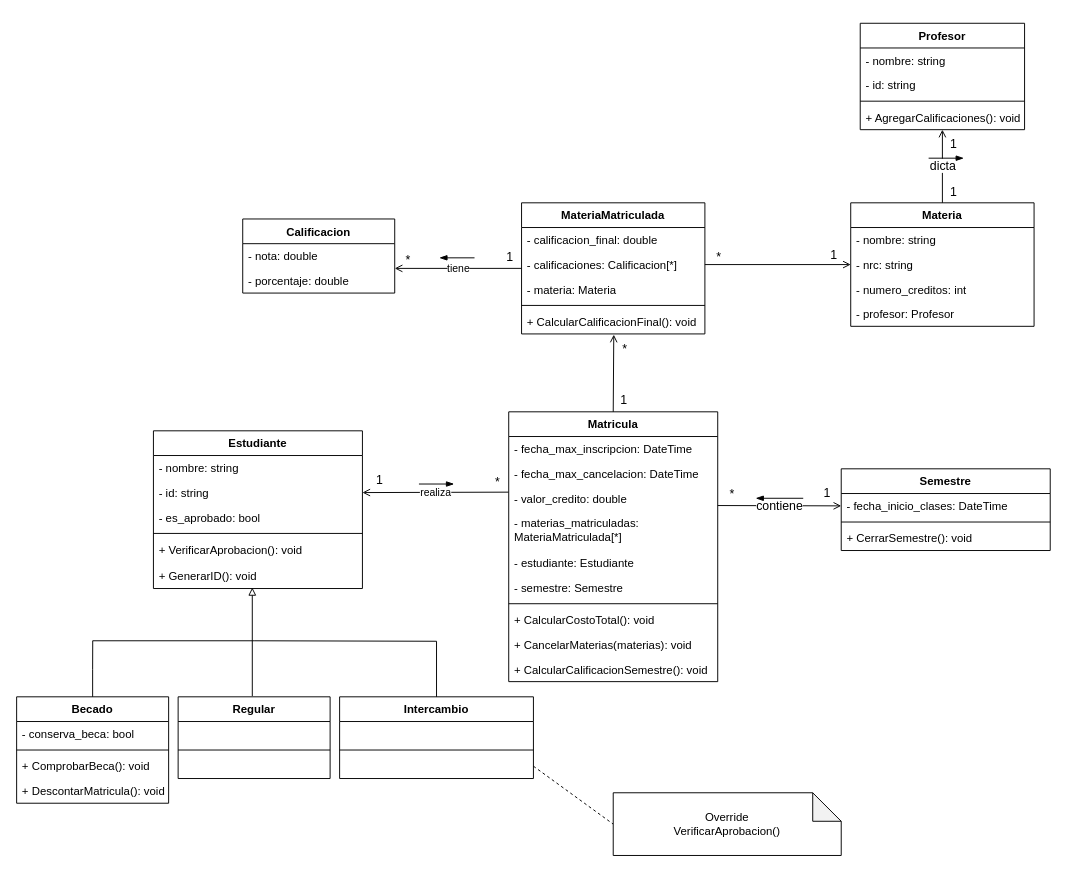
Before: Diagrama UML v2.0.drawio in samuelperezh/sistema-universitario-poo, a draw.io diagram. Source tidied: cells renumbered, new cells numbered last; positions are measured from the earlier drawing's top-left corner, leaving out a move shared by most shapes. Both pictures are drawn from the tidied source at 95%, with x=0, y=0 at pixel (16, 23).
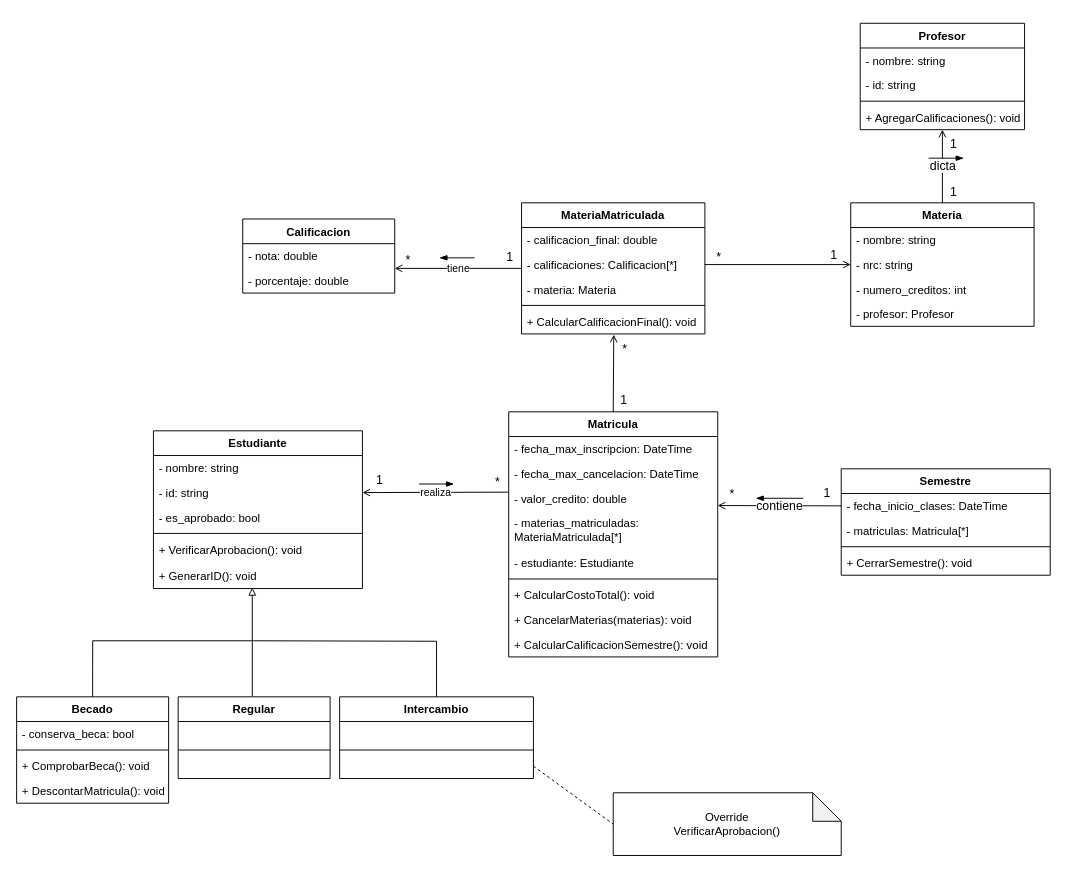
The same diagram, later.

Unchanged cells that the change refers to:
```xml
<mxCell id="3" value="- fecha_inicio_clases: DateTime" style="text;strokeColor=none;fillColor=none;align=left;verticalAlign=top;spacingLeft=4;spacingRight=4;overflow=hidden;points=[[0,0.5],[1,0.5]];portConstraint=eastwest;" parent="2" vertex="1">
  <mxGeometry y="26" width="220" height="26" as="geometry" />
</mxCell>
<mxCell id="15" value="- valor_credito: double" style="text;strokeColor=none;fillColor=none;align=left;verticalAlign=top;spacingLeft=4;spacingRight=4;overflow=hidden;points=[[0,0.5],[1,0.5]];portConstraint=eastwest;" parent="12" vertex="1">
  <mxGeometry y="78" width="220" height="26" as="geometry" />
</mxCell>
```

What changed in the source:
```diff
@@
     <mxCell id="2" value="Semestre" style="swimlane;fontStyle=1;align=center;verticalAlign=top;horizontal=1;startSize=26;fillColor=none;" parent="1" vertex="1">
-      <mxGeometry x="868" y="469" width="220" height="86" as="geometry" />
+      <mxGeometry x="868" y="469" width="220" height="112" as="geometry" />
     </mxCell>
@@
+    <mxCell id="18" value="- matriculas: Matricula[*]" style="text;strokeColor=none;fillColor=none;align=left;verticalAlign=top;spacingLeft=4;spacingRight=4;overflow=hidden;" parent="2" vertex="1">
+      <mxGeometry y="52" width="220" height="26" as="geometry" />
+    </mxCell>
     <mxCell id="4" style="line;strokeWidth=1;fillColor=none;align=left;verticalAlign=middle;spacingTop=-1;spacingLeft=3;spacingRight=3;labelPosition=right;" parent="2" vertex="1">
-      <mxGeometry y="52" width="220" height="8" as="geometry" />
+      <mxGeometry y="78" width="220" height="8" as="geometry" />
     </mxCell>
     <mxCell id="5" value="+ CerrarSemestre(): void" style="text;strokeColor=none;fillColor=none;align=left;verticalAlign=top;spacingLeft=4;spacingRight=4;overflow=hidden;" parent="2" vertex="1">
-      <mxGeometry y="60" width="220" height="26" as="geometry" />
+      <mxGeometry y="86" width="220" height="26" as="geometry" />
     </mxCell>
@@
     <mxCell id="12" value="Matricula" style="swimlane;fontStyle=1;align=center;verticalAlign=top;horizontal=1;startSize=26;fillColor=none;" parent="1" vertex="1">
-      <mxGeometry x="518" y="409" width="220" height="284" as="geometry" />
+      <mxGeometry x="518" y="409" width="220" height="258" as="geometry" />
     </mxCell>
@@
-    <mxCell id="18" value="- semestre: Semestre" style="text;strokeColor=none;fillColor=none;align=left;verticalAlign=top;spacingLeft=4;spacingRight=4;overflow=hidden;" parent="12" vertex="1">
-      <mxGeometry y="172" width="220" height="26" as="geometry" />
-    </mxCell>
     <mxCell id="19" style="line;strokeWidth=1;fillColor=none;align=left;verticalAlign=middle;spacingTop=-1;spacingLeft=3;spacingRight=3;labelPosition=right;" parent="12" vertex="1">
-      <mxGeometry y="198" width="220" height="8" as="geometry" />
+      <mxGeometry y="172" width="220" height="8" as="geometry" />
     </mxCell>
     <mxCell id="20" value="+ CalcularCostoTotal(): void" style="text;strokeColor=none;fillColor=none;align=left;verticalAlign=top;spacingLeft=4;spacingRight=4;overflow=hidden;" parent="12" vertex="1">
-      <mxGeometry y="206" width="220" height="26" as="geometry" />
+      <mxGeometry y="180" width="220" height="26" as="geometry" />
     </mxCell>
     <mxCell id="21" value="+ CancelarMaterias(materias): void" style="text;strokeColor=none;fillColor=none;align=left;verticalAlign=top;spacingLeft=4;spacingRight=4;overflow=hidden;" parent="12" vertex="1">
-      <mxGeometry y="232" width="220" height="26" as="geometry" />
+      <mxGeometry y="206" width="220" height="26" as="geometry" />
     </mxCell>
     <mxCell id="22" value="+ CalcularCalificacionSemestre(): void" style="text;strokeColor=none;fillColor=none;align=left;verticalAlign=top;spacingLeft=4;spacingRight=4;overflow=hidden;" parent="12" vertex="1">
-      <mxGeometry y="258" width="220" height="26" as="geometry" />
+      <mxGeometry y="232" width="220" height="26" as="geometry" />
     </mxCell>
@@
-    <mxCell id="81" value="contiene" style="edgeStyle=none;rounded=0;jettySize=auto;html=1;exitX=1;exitY=0.794;exitDx=0;exitDy=0;fontSize=13;endArrow=open;endFill=0;exitPerimeter=0;entryX=0;entryY=0.5;entryDx=0;entryDy=0;" parent="1" edge="1" source="15" target="3">
+    <mxCell id="81" value="contiene" style="edgeStyle=none;rounded=0;jettySize=auto;html=1;exitX=1;exitY=0.794;exitDx=0;exitDy=0;fontSize=13;endArrow=none;endFill=0;exitPerimeter=0;entryX=0;entryY=0.5;entryDx=0;entryDy=0;startArrow=open;startFill=0;" parent="1" edge="1" source="15" target="3">
       <mxGeometry relative="1" as="geometry" />
     </mxCell>
```
